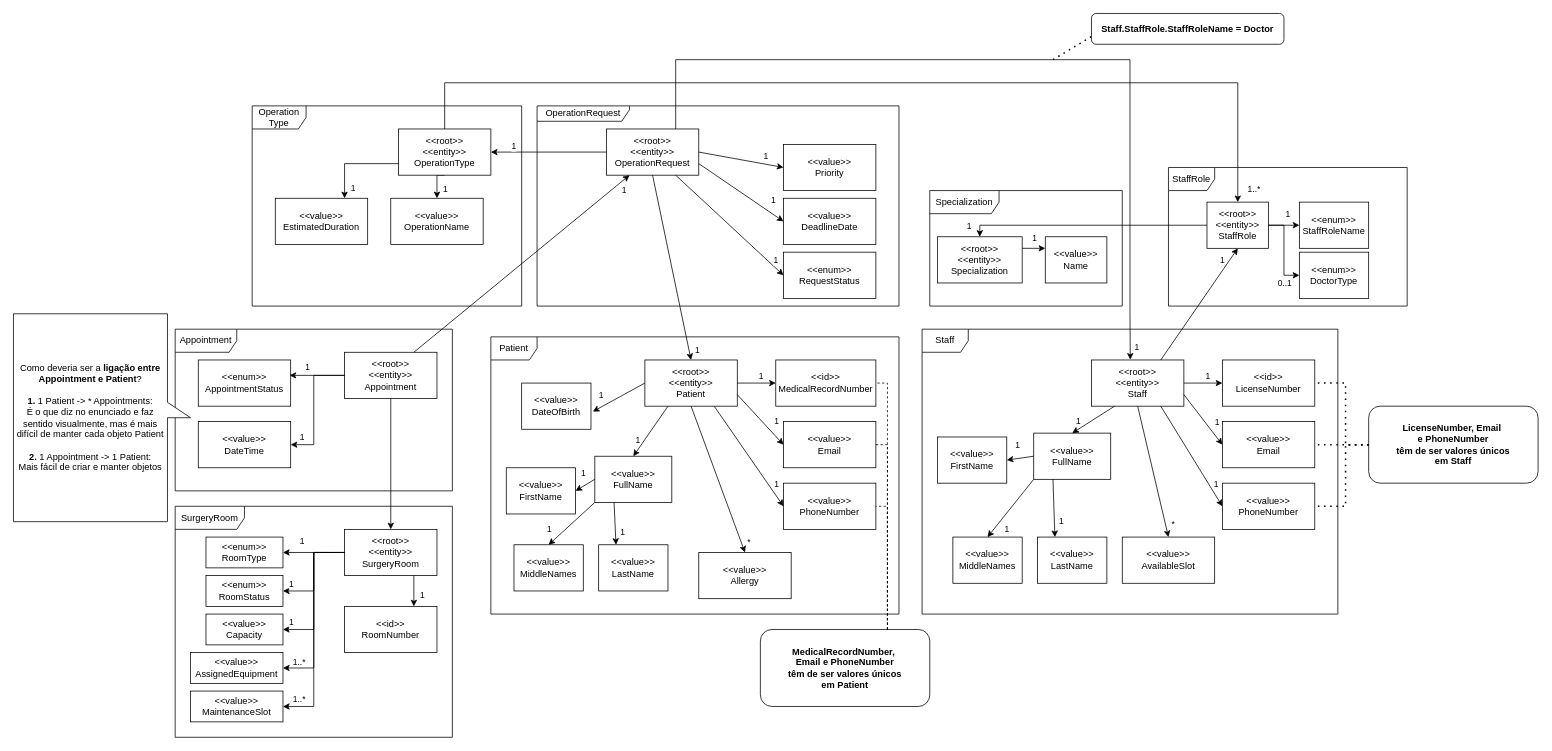
andredsferreira/p5sem-3dj-g59 keeps this draw.io diagram as docs/domain_model/Modelo_Dominio.drawio. Above is the earlier version. Source tidied: cells renumbered, new cells numbered last; positions are measured from the earlier drawing's top-left corner, leaving out a move shared by most shapes. Both pictures are drawn from the tidied source at 77%, with x=0, y=0 at pixel (13, 13).
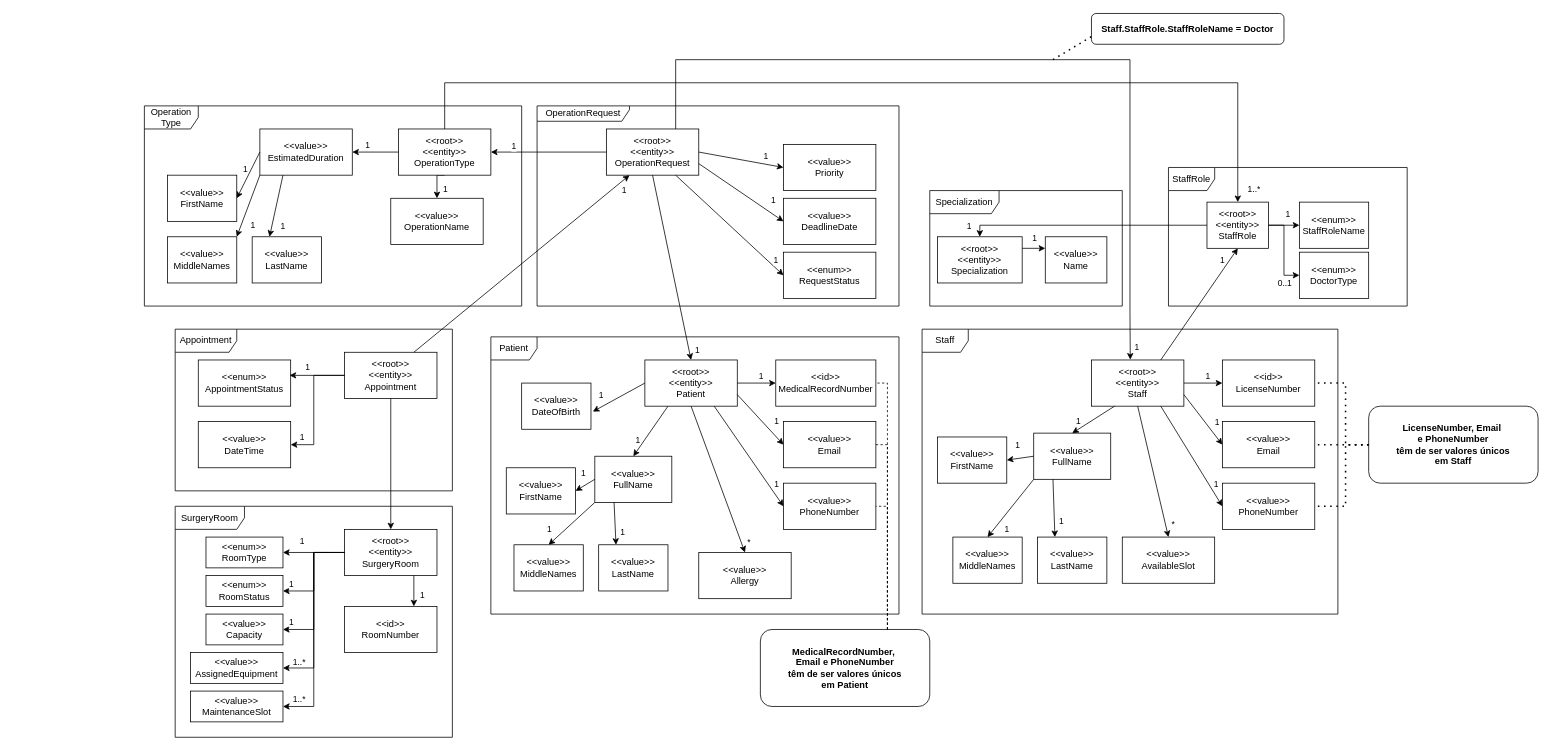
Above is the later version.

Commit message (it also covers changes not shown here):
Updated Domain Model

The change refers to these unchanged cells:
```xml
<mxCell id="7" value="&amp;lt;&amp;lt;root&amp;gt;&amp;gt;&lt;div&gt;&amp;lt;&amp;lt;entity&amp;gt;&amp;gt;&lt;br&gt;&lt;div&gt;OperationType&lt;/div&gt;&lt;/div&gt;" style="whiteSpace=wrap;html=1;" parent="1" vertex="1">
  <mxGeometry x="500" y="150" width="120" height="60" as="geometry" />
</mxCell>
```

Change to the diagram source:
```diff
@@
-    <mxCell id="5" style="edgeStyle=orthogonalEdgeStyle;rounded=0;jettySize=auto;html=1;exitX=0;exitY=0.75;exitDx=0;exitDy=0;entryX=0.75;entryY=0;entryDx=0;entryDy=0;" parent="1" edge="1" source="7" target="23">
+    <mxCell id="5" style="edgeStyle=orthogonalEdgeStyle;rounded=0;jettySize=auto;html=1;exitX=0;exitY=0.5;exitDx=0;exitDy=0;entryX=1;entryY=0.5;entryDx=0;entryDy=0;" parent="1" edge="1" source="7" target="23">
       <mxGeometry relative="1" as="geometry" />
     </mxCell>
-    <mxCell id="6" value="1" style="edgeLabel;html=1;align=center;verticalAlign=middle;" parent="5" vertex="1">
-      <mxGeometry x="0.76" y="3" relative="1" as="geometry">
-        <mxPoint x="7" as="offset" />
-      </mxGeometry>
-    </mxCell>
+    <mxCell id="143" value="1" style="edgeLabel;html=1;align=center;verticalAlign=middle;" parent="5" vertex="1">
+      <mxGeometry x="0.38" relative="1" as="geometry">
+        <mxPoint y="-10" as="offset" />
+      </mxGeometry>
+    </mxCell>
@@
     <mxCell id="21" value="Operation Type" style="shape=umlFrame;whiteSpace=wrap;html=1;width=70;height=30;" parent="1" vertex="1">
-      <mxGeometry x="310" y="120" width="350" height="260" as="geometry" />
+      <mxGeometry x="170" y="120" width="490" height="260" as="geometry" />
     </mxCell>
@@
     <mxCell id="23" value="&amp;lt;&amp;lt;value&amp;gt;&amp;gt;&lt;div&gt;EstimatedDuration&lt;/div&gt;" style="whiteSpace=wrap;html=1;" parent="1" vertex="1">
-      <mxGeometry x="340" y="240" width="120" height="60" as="geometry" />
+      <mxGeometry x="320" y="150" width="120" height="60" as="geometry" />
     </mxCell>
@@
-    <mxCell id="71" value="Como deveria ser a &lt;b&gt;ligação entre Appointment e Patient&lt;/b&gt;?&lt;div&gt;&lt;br&gt;&lt;div&gt;&lt;b&gt;1.&lt;/b&gt; 1 Patient -&amp;gt; * Appointments:&lt;/div&gt;&lt;div&gt;É o que diz no enunciado e faz sentido visualmente, mas é mais difícil de manter cada objeto Patient&lt;/div&gt;&lt;div&gt;&lt;br&gt;&lt;/div&gt;&lt;div&gt;&lt;b&gt;2.&lt;/b&gt; 1 Appointment -&amp;gt; 1 Patient:&lt;/div&gt;&lt;div&gt;Mais fácil de criar e manter objetos&lt;/div&gt;&lt;/div&gt;" style="shape=callout;whiteSpace=wrap;html=1;perimeter=calloutPerimeter;direction=north;" parent="1" vertex="1">
-      <mxGeometry y="390" width="230" height="270" as="geometry" />
-    </mxCell>
@@
+    <mxCell id="144" value="&amp;lt;&amp;lt;value&amp;gt;&amp;gt;&lt;div&gt;FirstName&lt;/div&gt;" style="whiteSpace=wrap;html=1;" parent="1" vertex="1">
+      <mxGeometry x="200" y="210" width="90" height="60" as="geometry" />
+    </mxCell>
+    <mxCell id="145" value="&amp;lt;&amp;lt;value&amp;gt;&amp;gt;&lt;div&gt;LastName&lt;/div&gt;" style="whiteSpace=wrap;html=1;" parent="1" vertex="1">
+      <mxGeometry x="310" y="290" width="90" height="60" as="geometry" />
+    </mxCell>
+    <mxCell id="146" value="&amp;lt;&amp;lt;value&amp;gt;&amp;gt;&lt;div&gt;&lt;span style=&quot;background-color: initial;&quot;&gt;MiddleNames&lt;/span&gt;&lt;/div&gt;" style="whiteSpace=wrap;html=1;" parent="1" vertex="1">
+      <mxGeometry x="200" y="290" width="90" height="60" as="geometry" />
+    </mxCell>
+    <mxCell id="147" style="endArrow=classic;html=1;rounded=0;exitX=0;exitY=1;exitDx=0;exitDy=0;entryX=1;entryY=0;entryDx=0;entryDy=0;" parent="1" edge="1" source="23" target="146">
+      <mxGeometry relative="1" as="geometry" />
+    </mxCell>
+    <mxCell id="148" value="1" style="edgeLabel;html=1;align=center;verticalAlign=middle;" parent="147" vertex="1">
+      <mxGeometry x="0.25" y="1" relative="1" as="geometry">
+        <mxPoint x="8" y="15" as="offset" />
+      </mxGeometry>
+    </mxCell>
+    <mxCell id="149" style="endArrow=classic;html=1;rounded=0;exitX=0;exitY=0.5;exitDx=0;exitDy=0;entryX=1;entryY=0.5;entryDx=0;entryDy=0;" parent="1" edge="1" source="23" target="144">
+      <mxGeometry relative="1" as="geometry" />
+    </mxCell>
+    <mxCell id="150" value="1" style="edgeLabel;html=1;align=center;verticalAlign=middle;" parent="149" vertex="1">
+      <mxGeometry x="0.51" y="1" relative="1" as="geometry">
+        <mxPoint x="2" y="-25" as="offset" />
+      </mxGeometry>
+    </mxCell>
+    <mxCell id="151" style="endArrow=classic;html=1;rounded=0;exitX=0.25;exitY=1;exitDx=0;exitDy=0;entryX=0.25;entryY=0;entryDx=0;entryDy=0;" parent="1" edge="1" source="23" target="145">
+      <mxGeometry relative="1" as="geometry" />
+    </mxCell>
+    <mxCell id="152" value="1" style="edgeLabel;html=1;align=center;verticalAlign=middle;" parent="151" vertex="1">
+      <mxGeometry x="0.48" relative="1" as="geometry">
+        <mxPoint x="13" y="6" as="offset" />
+      </mxGeometry>
+    </mxCell>
```
